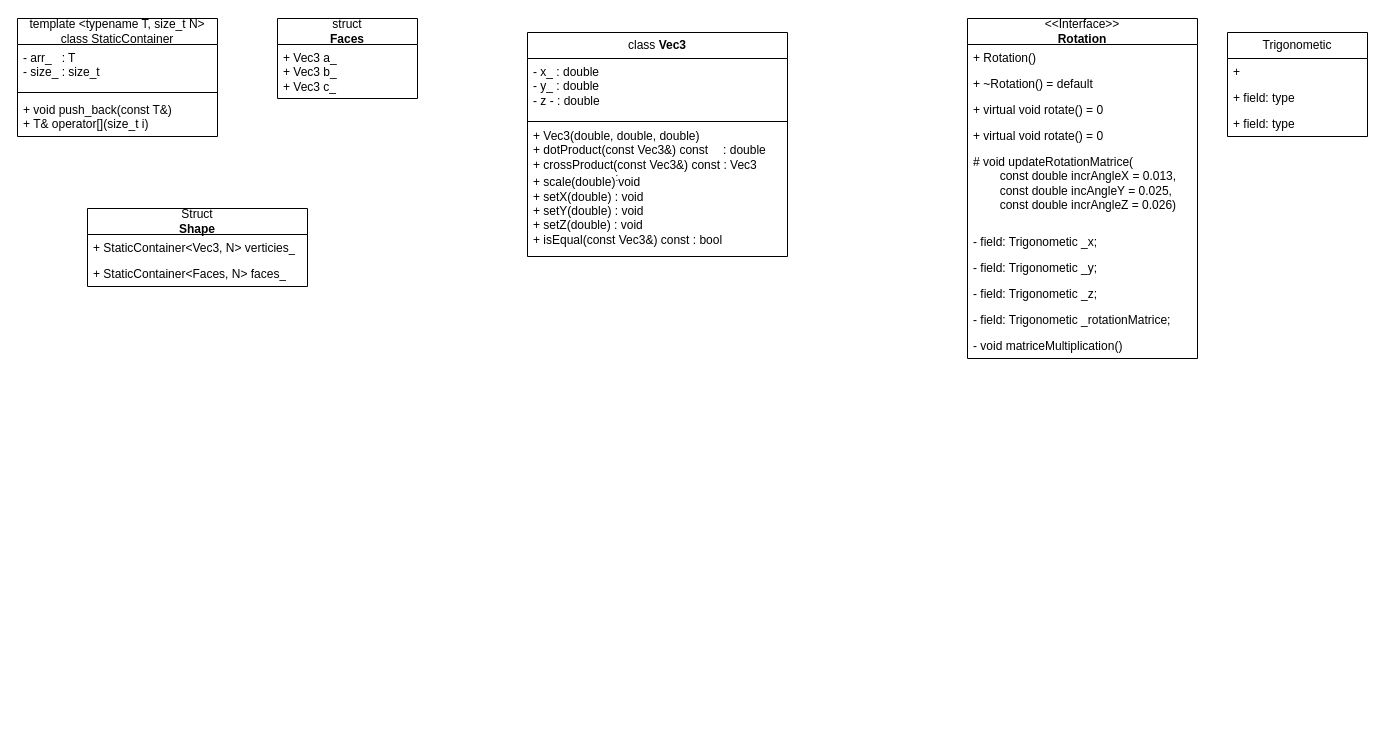
AntonG97/ASCII_cube keeps this draw.io diagram as Architecture.drawio. Above is the earlier version. Source tidied: cells renumbered, new cells numbered last; positions are measured from the earlier drawing's top-left corner, leaving out a move shared by most shapes. Both pictures are drawn from the tidied source at 100%, with x=0, y=0 at pixel (17, 18).
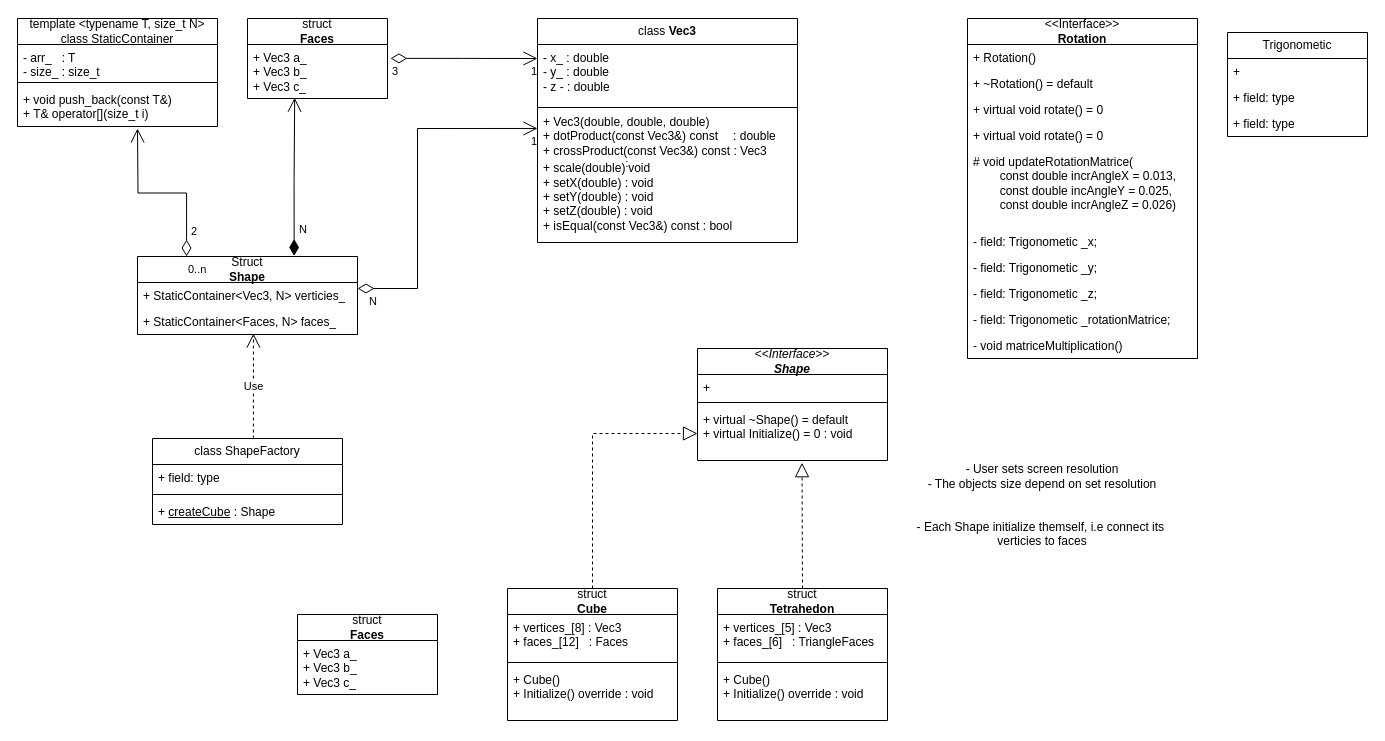
The same page after the edit.

The change refers to these unchanged cells:
```xml
<mxCell id="4" value="+ StaticContainer&amp;lt;Faces, N&amp;gt; faces_" style="text;strokeColor=none;fillColor=none;align=left;verticalAlign=top;spacingLeft=4;spacingRight=4;overflow=hidden;points=[[0,0.5],[1,0.5]];portConstraint=eastwest;whiteSpace=wrap;html=1;" parent="2" vertex="1">
  <mxGeometry y="52" width="220" height="26" as="geometry" />
</mxCell>
<mxCell id="25" value="&lt;div&gt;+ Vec3 a_&lt;/div&gt;&lt;div&gt;+ Vec3 b_&lt;/div&gt;&lt;div&gt;+ Vec3 c_&lt;/div&gt;" style="text;strokeColor=none;fillColor=none;align=left;verticalAlign=top;spacingLeft=4;spacingRight=4;overflow=hidden;points=[[0,0.5],[1,0.5]];portConstraint=eastwest;whiteSpace=wrap;html=1;" parent="24" vertex="1">
  <mxGeometry y="26" width="140" height="54" as="geometry" />
</mxCell>
<mxCell id="27" value="&lt;div&gt;- x_ : double&lt;/div&gt;&lt;div&gt;- y_ : double&lt;/div&gt;&lt;div&gt;- z - : double&lt;/div&gt;" style="text;strokeColor=none;fillColor=none;align=left;verticalAlign=top;spacingLeft=4;spacingRight=4;overflow=hidden;points=[[0,0.5],[1,0.5]];portConstraint=eastwest;whiteSpace=wrap;html=1;" parent="26" vertex="1">
  <mxGeometry y="26" width="260" height="62" as="geometry" />
</mxCell>
<mxCell id="29" value="&lt;div&gt;+ Vec3(double, double, double)&lt;/div&gt;&lt;div&gt;+ dotProduct(const Vec3&amp;amp;) const &lt;span style=&quot;white-space: pre;&quot;&gt;&#9;&lt;/span&gt;&amp;nbsp;: double&lt;/div&gt;&lt;div&gt;+ crossProduct(const Vec3&amp;amp;) const :&amp;nbsp;Vec3&lt;/div&gt;&lt;div&gt;+ scale(double)&lt;sup&gt;:&lt;/sup&gt;void&lt;/div&gt;&lt;div&gt;+ setX(double) :&amp;nbsp;void&lt;/div&gt;&lt;div&gt;+ setY(double) :&amp;nbsp;void&lt;/div&gt;&lt;div&gt;+ setZ(double) :&amp;nbsp;void&lt;/div&gt;&lt;div&gt;+ isEqual(const Vec3&amp;amp;) const :&amp;nbsp;bool&lt;/div&gt;" style="text;strokeColor=none;fillColor=none;align=left;verticalAlign=top;spacingLeft=4;spacingRight=4;overflow=hidden;points=[[0,0.5],[1,0.5]];portConstraint=eastwest;whiteSpace=wrap;html=1;" parent="26" vertex="1">
  <mxGeometry y="90" width="260" height="134" as="geometry" />
</mxCell>
```

The edit, as a diff of the source:
```diff
@@
     <mxCell id="2" value="&lt;div&gt;Struct&lt;/div&gt;&lt;div&gt;&lt;b&gt;Shape&lt;/b&gt;&lt;/div&gt;" style="swimlane;fontStyle=0;horizontal=1;startSize=26;fillColor=none;whiteSpace=wrap;html=1;" parent="1" vertex="1">
-      <mxGeometry x="70" y="190" width="220" height="78" as="geometry" />
+      <mxGeometry x="120" y="238" width="220" height="78" as="geometry" />
     </mxCell>
@@
     <mxCell id="20" value="&lt;div&gt;template &amp;lt;typename T, size_t N&amp;gt;&lt;/div&gt;&lt;div&gt;class StaticContainer&lt;/div&gt;" style="swimlane;fontStyle=0;horizontal=1;startSize=26;fillColor=none;whiteSpace=wrap;html=1;" parent="1" vertex="1">
-      <mxGeometry width="200" height="118" as="geometry" />
+      <mxGeometry width="200" height="108" as="geometry" />
     </mxCell>
     <mxCell id="21" value="&lt;div&gt;- arr_&amp;nbsp; &amp;nbsp;: T&lt;/div&gt;&lt;div&gt;- size_ : size_t&amp;nbsp;&lt;/div&gt;" style="text;strokeColor=none;fillColor=none;align=left;verticalAlign=top;spacingLeft=4;spacingRight=4;overflow=hidden;whiteSpace=wrap;html=1;" parent="20" vertex="1">
-      <mxGeometry y="26" width="200" height="44" as="geometry" />
+      <mxGeometry y="26" width="200" height="34" as="geometry" />
     </mxCell>
     <mxCell id="22" style="line;strokeWidth=1;fillColor=none;align=left;verticalAlign=middle;spacingTop=-1;spacingLeft=3;spacingRight=3;labelPosition=right;strokeColor=inherit;" parent="20" vertex="1">
-      <mxGeometry y="70" width="200" height="8" as="geometry" />
+      <mxGeometry y="60" width="200" height="8" as="geometry" />
     </mxCell>
     <mxCell id="23" value="&lt;div&gt;+ void push_back(const T&amp;amp;)&lt;/div&gt;&lt;div&gt;+ T&amp;amp; operator[](size_t i)&lt;/div&gt;" style="text;strokeColor=none;fillColor=none;align=left;verticalAlign=top;spacingLeft=4;spacingRight=4;overflow=hidden;whiteSpace=wrap;html=1;" parent="20" vertex="1">
-      <mxGeometry y="78" width="200" height="40" as="geometry" />
+      <mxGeometry y="68" width="200" height="40" as="geometry" />
     </mxCell>
     <mxCell id="24" value="&lt;div&gt;struct&lt;/div&gt;&lt;div&gt;&lt;b&gt;Faces&lt;/b&gt;&lt;/div&gt;" style="swimlane;fontStyle=0;horizontal=1;startSize=26;fillColor=none;whiteSpace=wrap;html=1;" parent="1" vertex="1">
-      <mxGeometry x="260" width="140" height="80" as="geometry" />
+      <mxGeometry x="230" width="140" height="80" as="geometry" />
     </mxCell>
@@
     <mxCell id="26" value="class&amp;nbsp;&lt;b&gt;Vec3&lt;/b&gt;" style="swimlane;fontStyle=0;horizontal=1;startSize=26;fillColor=none;whiteSpace=wrap;html=1;" parent="1" vertex="1">
-      <mxGeometry x="510" y="14" width="260" height="224" as="geometry" />
+      <mxGeometry x="520" width="260" height="224" as="geometry" />
     </mxCell>
@@
+    <mxCell id="30" value="N" style="endArrow=open;html=1;endSize=12;startArrow=diamondThin;startSize=14;startFill=1;edgeStyle=orthogonalEdgeStyle;align=left;verticalAlign=bottom;rounded=0;exitX=0.712;exitY=-0.008;exitDx=0;exitDy=0;exitPerimeter=0;entryX=0.337;entryY=0.986;entryDx=0;entryDy=0;entryPerimeter=0;" parent="1" edge="1" source="2" target="25">
+      <mxGeometry x="-0.78" y="-3" relative="1" as="geometry" />
+    </mxCell>
+    <mxCell id="31" style="endArrow=open;html=1;endSize=12;startArrow=diamondThin;startSize=14;startFill=0;edgeStyle=orthogonalEdgeStyle;rounded=0;exitX=0.223;exitY=0;exitDx=0;exitDy=0;exitPerimeter=0;" parent="1" edge="1" source="2">
+      <mxGeometry relative="1" as="geometry">
+        <mxPoint x="120" y="110" as="targetPoint" />
+      </mxGeometry>
+    </mxCell>
+    <mxCell id="32" value="0..n" style="edgeLabel;html=1;align=left;verticalAlign=top;" parent="31" vertex="1">
+      <mxGeometry x="-1" relative="1" as="geometry" />
+    </mxCell>
+    <mxCell id="33" value="2" style="edgeLabel;html=1;align=right;verticalAlign=top;" parent="31" vertex="1">
+      <mxGeometry x="1" relative="1" as="geometry">
+        <mxPoint x="60" y="90" as="offset" />
+      </mxGeometry>
+    </mxCell>
+    <mxCell id="34" style="endArrow=open;html=1;endSize=12;startArrow=diamondThin;startSize=14;startFill=0;edgeStyle=orthogonalEdgeStyle;rounded=0;entryX=0;entryY=0.226;entryDx=0;entryDy=0;entryPerimeter=0;exitX=1.021;exitY=0.257;exitDx=0;exitDy=0;exitPerimeter=0;" parent="1" edge="1" source="25" target="27">
+      <mxGeometry relative="1" as="geometry" />
+    </mxCell>
+    <mxCell id="35" value="3" style="edgeLabel;html=1;align=left;verticalAlign=top;" parent="34" vertex="1">
+      <mxGeometry x="-1" relative="1" as="geometry" />
+    </mxCell>
+    <mxCell id="36" value="1" style="edgeLabel;html=1;align=right;verticalAlign=top;" parent="34" vertex="1">
+      <mxGeometry x="1" relative="1" as="geometry" />
+    </mxCell>
+    <mxCell id="37" style="endArrow=open;html=1;endSize=12;startArrow=diamondThin;startSize=14;startFill=0;edgeStyle=orthogonalEdgeStyle;rounded=0;entryX=0;entryY=0.149;entryDx=0;entryDy=0;entryPerimeter=0;exitX=1.021;exitY=0.257;exitDx=0;exitDy=0;exitPerimeter=0;" parent="1" edge="1" target="29">
+      <mxGeometry relative="1" as="geometry">
+        <mxPoint x="340" y="270" as="sourcePoint" />
+        <Array as="points">
+          <mxPoint x="400" y="270" />
+          <mxPoint x="400" y="110" />
+        </Array>
+      </mxGeometry>
+    </mxCell>
+    <mxCell id="38" value="N" style="edgeLabel;html=1;align=left;verticalAlign=top;" parent="37" vertex="1">
+      <mxGeometry x="-1" relative="1" as="geometry">
+        <mxPoint x="10" as="offset" />
+      </mxGeometry>
+    </mxCell>
+    <mxCell id="39" value="1" style="edgeLabel;html=1;align=right;verticalAlign=top;" parent="37" vertex="1">
+      <mxGeometry x="1" relative="1" as="geometry" />
+    </mxCell>
+    <mxCell id="40" value="&lt;div&gt;- User sets screen resolution&lt;/div&gt;&lt;div&gt;- The objects size depend on set resolution&lt;/div&gt;&lt;div&gt;&lt;br&gt;&lt;/div&gt;&lt;div&gt;&lt;br&gt;&lt;/div&gt;&lt;div&gt;- Each Shape initialize themself, i.e connect its&amp;nbsp;&lt;/div&gt;&lt;div&gt;verticies to faces&lt;/div&gt;" style="text;html=1;whiteSpace=wrap;strokeColor=none;fillColor=none;align=center;verticalAlign=middle;rounded=0;" parent="1" vertex="1">
+      <mxGeometry x="880" y="442" width="290" height="90" as="geometry" />
+    </mxCell>
+    <mxCell id="41" value="class ShapeFactory" style="swimlane;fontStyle=0;horizontal=1;startSize=26;fillColor=none;whiteSpace=wrap;html=1;" parent="1" vertex="1">
+      <mxGeometry x="135" y="420" width="190" height="86" as="geometry" />
+    </mxCell>
+    <mxCell id="42" value="+ field: type" style="text;strokeColor=none;fillColor=none;align=left;verticalAlign=top;spacingLeft=4;spacingRight=4;overflow=hidden;whiteSpace=wrap;html=1;" parent="41" vertex="1">
+      <mxGeometry y="26" width="190" height="26" as="geometry" />
+    </mxCell>
+    <mxCell id="43" style="line;strokeWidth=1;fillColor=none;align=left;verticalAlign=middle;spacingTop=-1;spacingLeft=3;spacingRight=3;labelPosition=right;strokeColor=inherit;" parent="41" vertex="1">
+      <mxGeometry y="52" width="190" height="8" as="geometry" />
+    </mxCell>
+    <mxCell id="44" value="&lt;div&gt;+&amp;nbsp;&lt;u&gt;createCube&lt;/u&gt;&amp;nbsp;: Shape&lt;/div&gt;" style="text;strokeColor=none;fillColor=none;align=left;verticalAlign=top;spacingLeft=4;spacingRight=4;overflow=hidden;whiteSpace=wrap;html=1;" parent="41" vertex="1">
+      <mxGeometry y="60" width="190" height="26" as="geometry" />
+    </mxCell>
+    <mxCell id="45" value="Use" style="endArrow=open;endSize=12;dashed=1;html=1;rounded=0;entryX=0.527;entryY=0.965;entryDx=0;entryDy=0;entryPerimeter=0;exitX=0.531;exitY=0;exitDx=0;exitDy=0;exitPerimeter=0;" parent="1" edge="1" source="41" target="4">
+      <mxGeometry relative="1" as="geometry" />
+    </mxCell>
+    <mxCell id="46" value="&lt;div&gt;struct&lt;/div&gt;&lt;div&gt;&lt;b&gt;Cube&lt;/b&gt;&lt;/div&gt;" style="swimlane;fontStyle=0;horizontal=1;startSize=26;fillColor=none;whiteSpace=wrap;html=1;" parent="1" vertex="1">
+      <mxGeometry x="490" y="570" width="170" height="132" as="geometry" />
+    </mxCell>
+    <mxCell id="47" value="&lt;div&gt;+ vertices_[8] : Vec3&lt;/div&gt;&lt;div&gt;+ faces_[12]&amp;nbsp; &amp;nbsp;: Faces&lt;/div&gt;" style="text;strokeColor=none;fillColor=none;align=left;verticalAlign=top;spacingLeft=4;spacingRight=4;overflow=hidden;whiteSpace=wrap;html=1;" parent="46" vertex="1">
+      <mxGeometry y="26" width="170" height="44" as="geometry" />
+    </mxCell>
+    <mxCell id="48" style="line;strokeWidth=1;fillColor=none;align=left;verticalAlign=middle;spacingTop=-1;spacingLeft=3;spacingRight=3;labelPosition=right;strokeColor=inherit;" parent="46" vertex="1">
+      <mxGeometry y="70" width="170" height="8" as="geometry" />
+    </mxCell>
+    <mxCell id="49" value="&lt;div&gt;+ Cube()&lt;/div&gt;&lt;div&gt;+ Initialize() override : void&lt;/div&gt;" style="text;strokeColor=none;fillColor=none;align=left;verticalAlign=top;spacingLeft=4;spacingRight=4;overflow=hidden;whiteSpace=wrap;html=1;" parent="46" vertex="1">
+      <mxGeometry y="78" width="170" height="54" as="geometry" />
+    </mxCell>
+    <mxCell id="50" value="&lt;div&gt;&amp;lt;&amp;lt;&lt;i&gt;Interface&amp;gt;&amp;gt;&lt;/i&gt;&lt;/div&gt;&lt;div&gt;&lt;i&gt;&lt;b&gt;Shape&lt;/b&gt;&lt;/i&gt;&lt;/div&gt;" style="swimlane;fontStyle=0;horizontal=1;startSize=26;fillColor=none;whiteSpace=wrap;html=1;" parent="1" vertex="1">
+      <mxGeometry x="680" y="330" width="190" height="112" as="geometry" />
+    </mxCell>
+    <mxCell id="51" value="+&amp;nbsp;" style="text;strokeColor=none;fillColor=none;align=left;verticalAlign=top;spacingLeft=4;spacingRight=4;overflow=hidden;whiteSpace=wrap;html=1;" parent="50" vertex="1">
+      <mxGeometry y="26" width="190" height="24" as="geometry" />
+    </mxCell>
+    <mxCell id="52" style="line;strokeWidth=1;fillColor=none;align=left;verticalAlign=middle;spacingTop=-1;spacingLeft=3;spacingRight=3;labelPosition=right;strokeColor=inherit;" parent="50" vertex="1">
+      <mxGeometry y="50" width="190" height="8" as="geometry" />
+    </mxCell>
+    <mxCell id="53" value="&lt;div&gt;+ virtual ~Shape() = default&lt;/div&gt;&lt;div&gt;+ virtual Initialize() = 0 : void&lt;/div&gt;" style="text;strokeColor=none;fillColor=none;align=left;verticalAlign=top;spacingLeft=4;spacingRight=4;overflow=hidden;points=[[0,0.5],[1,0.5]];portConstraint=eastwest;whiteSpace=wrap;html=1;" parent="50" vertex="1">
+      <mxGeometry y="58" width="190" height="54" as="geometry" />
+    </mxCell>
+    <mxCell id="54" value="&lt;div&gt;struct&lt;/div&gt;&lt;div&gt;&lt;b&gt;Faces&lt;/b&gt;&lt;/div&gt;" style="swimlane;fontStyle=0;horizontal=1;startSize=26;fillColor=none;whiteSpace=wrap;html=1;" parent="1" vertex="1">
+      <mxGeometry x="280" y="596" width="140" height="80" as="geometry" />
+    </mxCell>
+    <mxCell id="55" value="&lt;div&gt;+ Vec3 a_&lt;/div&gt;&lt;div&gt;+ Vec3 b_&lt;/div&gt;&lt;div&gt;+ Vec3 c_&lt;/div&gt;" style="text;strokeColor=none;fillColor=none;align=left;verticalAlign=top;spacingLeft=4;spacingRight=4;overflow=hidden;whiteSpace=wrap;html=1;" parent="54" vertex="1">
+      <mxGeometry y="26" width="140" height="54" as="geometry" />
+    </mxCell>
+    <mxCell id="56" value="&lt;div&gt;struct&lt;/div&gt;&lt;b&gt;Tetrahedon&lt;/b&gt;" style="swimlane;fontStyle=0;horizontal=1;startSize=26;fillColor=none;whiteSpace=wrap;html=1;" parent="1" vertex="1">
+      <mxGeometry x="700" y="570" width="170" height="132" as="geometry" />
+    </mxCell>
+    <mxCell id="57" value="&lt;div&gt;+ vertices_[5] : Vec3&lt;/div&gt;&lt;div&gt;+ faces_[6]&amp;nbsp; &amp;nbsp;: TriangleFaces&lt;/div&gt;" style="text;strokeColor=none;fillColor=none;align=left;verticalAlign=top;spacingLeft=4;spacingRight=4;overflow=hidden;whiteSpace=wrap;html=1;" parent="56" vertex="1">
+      <mxGeometry y="26" width="170" height="44" as="geometry" />
+    </mxCell>
+    <mxCell id="58" style="line;strokeWidth=1;fillColor=none;align=left;verticalAlign=middle;spacingTop=-1;spacingLeft=3;spacingRight=3;labelPosition=right;strokeColor=inherit;" parent="56" vertex="1">
+      <mxGeometry y="70" width="170" height="8" as="geometry" />
+    </mxCell>
+    <mxCell id="59" value="&lt;div&gt;+ Cube()&lt;/div&gt;&lt;div&gt;+ Initialize() override : void&lt;/div&gt;" style="text;strokeColor=none;fillColor=none;align=left;verticalAlign=top;spacingLeft=4;spacingRight=4;overflow=hidden;whiteSpace=wrap;html=1;" parent="56" vertex="1">
+      <mxGeometry y="78" width="170" height="54" as="geometry" />
+    </mxCell>
+    <mxCell id="60" style="endArrow=block;dashed=1;endFill=0;endSize=12;html=1;rounded=0;entryX=0.55;entryY=1.041;entryDx=0;entryDy=0;entryPerimeter=0;exitX=0.5;exitY=0;exitDx=0;exitDy=0;" parent="1" edge="1" source="56" target="53">
+      <mxGeometry relative="1" as="geometry" />
+    </mxCell>
+    <mxCell id="61" style="endArrow=block;dashed=1;endFill=0;endSize=12;html=1;rounded=0;exitX=0.5;exitY=0;exitDx=0;exitDy=0;entryX=0;entryY=0.5;entryDx=0;entryDy=0;" parent="1" edge="1" source="46" target="53">
+      <mxGeometry relative="1" as="geometry">
+        <Array as="points">
+          <mxPoint x="575" y="415" />
+        </Array>
+      </mxGeometry>
+    </mxCell>
```
